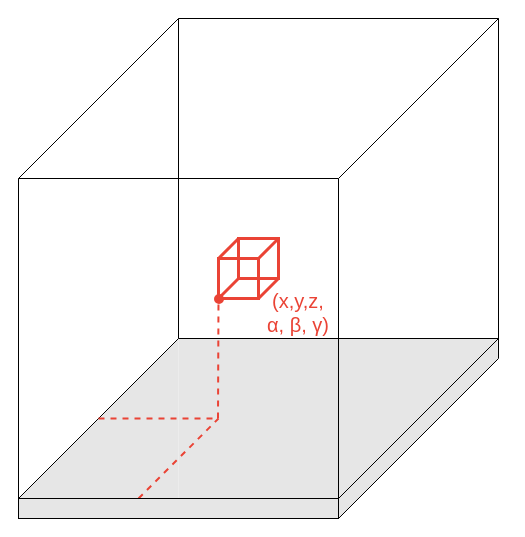
AnthonyKenny98/Thesis keeps this draw.io diagram as page "3DCubeConfiguration" (2 of 4) of Writeups/4_Report/chapters/chapter2/img/MotionPlanning.drawio. Above is the earlier version. Source tidied: cells renumbered, new cells numbered last; positions are measured from the earlier drawing's top-left corner, leaving out a move shared by most shapes. Both pictures are drawn from the tidied source at 100%, with x=0, y=0 at pixel (18, 18).
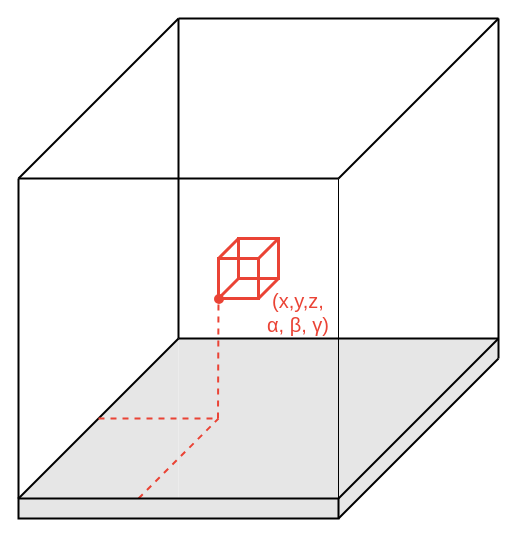
The same page after the edit.

The edit, as a diff of the source:
```diff
@@
-    <mxCell id="10" style="endArrow=none;html=1;" parent="1" edge="1">
+    <mxCell id="10" style="endArrow=none;html=1;strokeWidth=2;" parent="1" edge="1">
       <mxGeometry relative="1" as="geometry">
         <mxPoint x="480" y="320" as="sourcePoint" />
         <mxPoint x="160" y="320" as="targetPoint" />
       </mxGeometry>
     </mxCell>
-    <mxCell id="11" style="endArrow=none;html=1;" parent="1" edge="1">
+    <mxCell id="11" style="endArrow=none;html=1;strokeWidth=2;" parent="1" edge="1">
       <mxGeometry relative="1" as="geometry">
         <mxPoint y="480" as="sourcePoint" />
         <mxPoint x="160" y="320" as="targetPoint" />
       </mxGeometry>
     </mxCell>
-    <mxCell id="12" style="endArrow=none;html=1;" parent="1" edge="1">
+    <mxCell id="12" style="endArrow=none;html=1;strokeWidth=2;" parent="1" edge="1">
       <mxGeometry relative="1" as="geometry">
         <mxPoint x="320" y="480" as="sourcePoint" />
         <mxPoint x="480" y="320" as="targetPoint" />
       </mxGeometry>
     </mxCell>
-    <mxCell id="13" style="endArrow=none;html=1;" parent="1" edge="1">
+    <mxCell id="13" style="endArrow=none;html=1;strokeWidth=2;" parent="1" edge="1">
       <mxGeometry relative="1" as="geometry">
         <mxPoint y="480" as="sourcePoint" />
         <mxPoint y="160" as="targetPoint" />
       </mxGeometry>
     </mxCell>
@@
-    <mxCell id="15" style="endArrow=none;html=1;" parent="1" edge="1">
+    <mxCell id="15" style="endArrow=none;html=1;strokeWidth=2;" parent="1" edge="1">
       <mxGeometry relative="1" as="geometry">
         <mxPoint x="160" y="320" as="sourcePoint" />
         <mxPoint x="160" as="targetPoint" />
       </mxGeometry>
     </mxCell>
-    <mxCell id="16" style="endArrow=none;html=1;" parent="1" edge="1">
+    <mxCell id="16" style="endArrow=none;html=1;strokeWidth=2;" parent="1" edge="1">
       <mxGeometry relative="1" as="geometry">
         <mxPoint x="480" y="340" as="sourcePoint" />
         <mxPoint x="480" as="targetPoint" />
       </mxGeometry>
     </mxCell>
-    <mxCell id="17" style="endArrow=none;html=1;" parent="1" edge="1">
+    <mxCell id="17" style="endArrow=none;html=1;strokeWidth=2;" parent="1" edge="1">
       <mxGeometry relative="1" as="geometry">
         <mxPoint y="160" as="sourcePoint" />
         <mxPoint x="160" as="targetPoint" />
       </mxGeometry>
     </mxCell>
-    <mxCell id="18" style="endArrow=none;html=1;" parent="1" edge="1">
+    <mxCell id="18" style="endArrow=none;html=1;strokeWidth=2;" parent="1" edge="1">
       <mxGeometry relative="1" as="geometry">
         <mxPoint x="320" y="160" as="sourcePoint" />
         <mxPoint x="480" as="targetPoint" />
       </mxGeometry>
     </mxCell>
-    <mxCell id="19" style="endArrow=none;html=1;" parent="1" edge="1">
+    <mxCell id="19" style="endArrow=none;html=1;strokeWidth=2;" parent="1" edge="1">
       <mxGeometry relative="1" as="geometry">
         <mxPoint x="480" as="sourcePoint" />
         <mxPoint x="160" as="targetPoint" />
       </mxGeometry>
     </mxCell>
-    <mxCell id="20" style="endArrow=none;html=1;" parent="1" edge="1">
+    <mxCell id="20" style="endArrow=none;html=1;strokeWidth=2;" parent="1" edge="1">
       <mxGeometry relative="1" as="geometry">
         <mxPoint x="320" y="160" as="sourcePoint" />
         <mxPoint y="160" as="targetPoint" />
       </mxGeometry>
     </mxCell>
@@
-    <mxCell id="25" style="rounded=0;whiteSpace=wrap;html=1;fillColor=#E6E6E6;" parent="1" vertex="1">
+    <mxCell id="25" style="rounded=0;whiteSpace=wrap;html=1;fillColor=#E6E6E6;strokeWidth=2;" parent="1" vertex="1">
       <mxGeometry y="480" width="320" height="20" as="geometry" />
     </mxCell>
-    <mxCell id="26" style="endArrow=none;html=1;" parent="1" edge="1">
+    <mxCell id="26" style="endArrow=none;html=1;strokeWidth=2;" parent="1" edge="1">
       <mxGeometry relative="1" as="geometry">
         <mxPoint x="320" y="500" as="sourcePoint" />
         <mxPoint x="480" y="340" as="targetPoint" />
       </mxGeometry>
     </mxCell>
```
